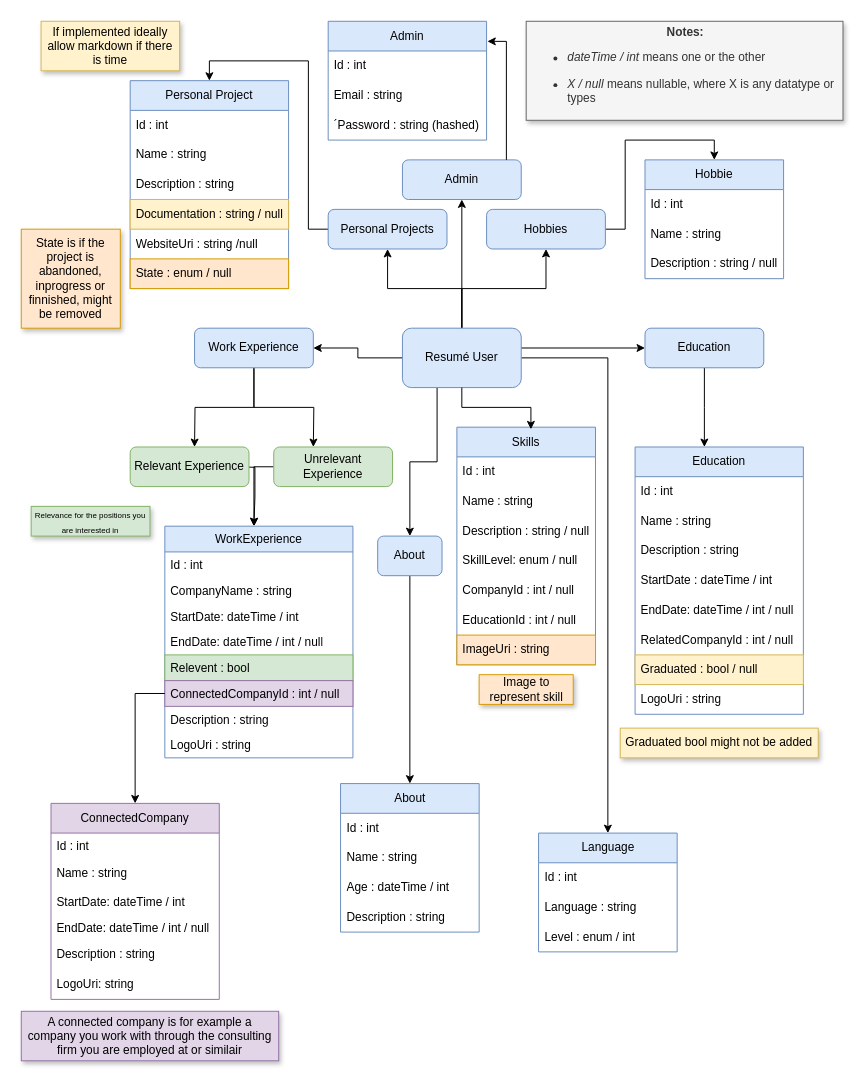
Before: Planning/Backend/PlanningDatabaseContent.drawio in Agent00bad/Examensarbete, a draw.io diagram. Source tidied: cells renumbered, new cells numbered last; positions are measured from the earlier drawing's top-left corner, leaving out a move shared by most shapes. Both pictures are drawn from the tidied source at 99%, with x=0, y=0 at pixel (21, 21).
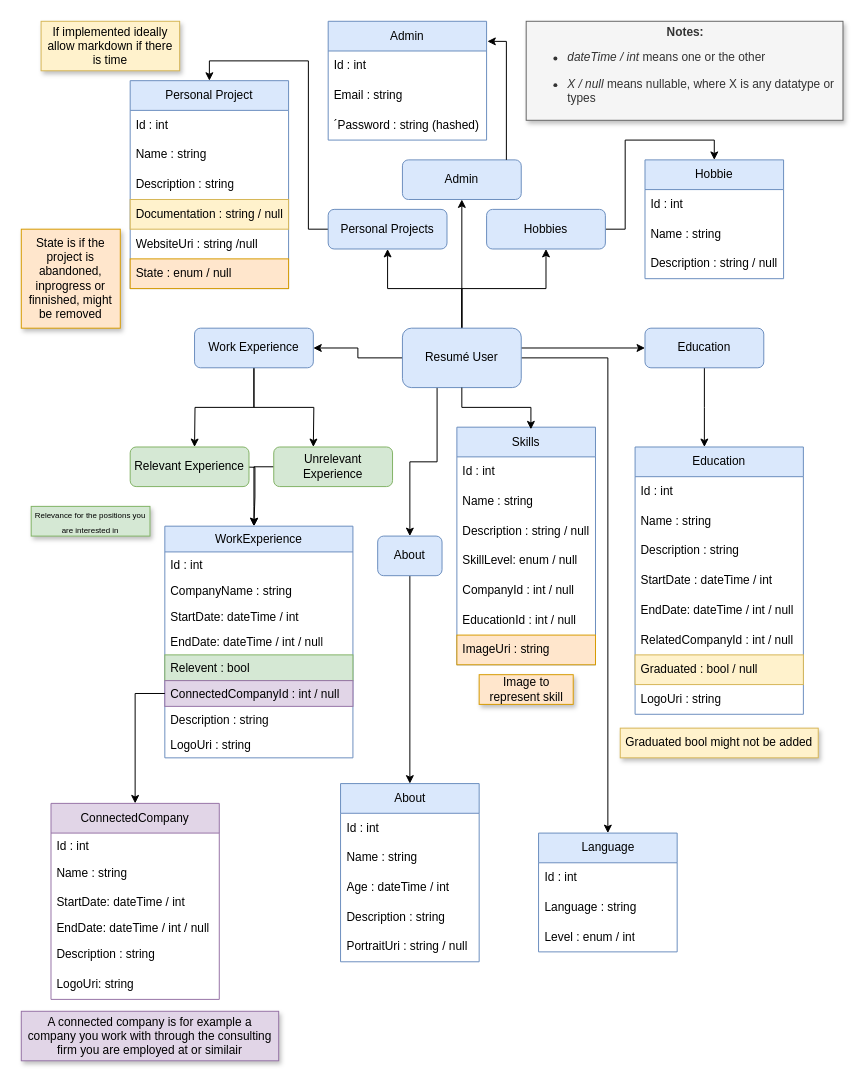
Above is the later version.

What changed in the source:
```diff
@@
     <mxCell id="80" value="About" style="swimlane;fontStyle=0;horizontal=1;startSize=30;whiteSpace=wrap;html=1;fillColor=#dae8fc;strokeColor=#6c8ebf;" parent="1" vertex="1">
-      <mxGeometry x="322.5" y="770" width="140" height="150" as="geometry" />
+      <mxGeometry x="322.5" y="770" width="140" height="180" as="geometry" />
     </mxCell>
@@
+    <mxCell id="93" value="PortraitUri : string / null" style="text;strokeColor=none;fillColor=none;align=left;verticalAlign=middle;spacingLeft=4;spacingRight=4;overflow=hidden;whiteSpace=wrap;html=1;" parent="80" vertex="1">
+      <mxGeometry y="150" width="140" height="30" as="geometry" />
+    </mxCell>
```
